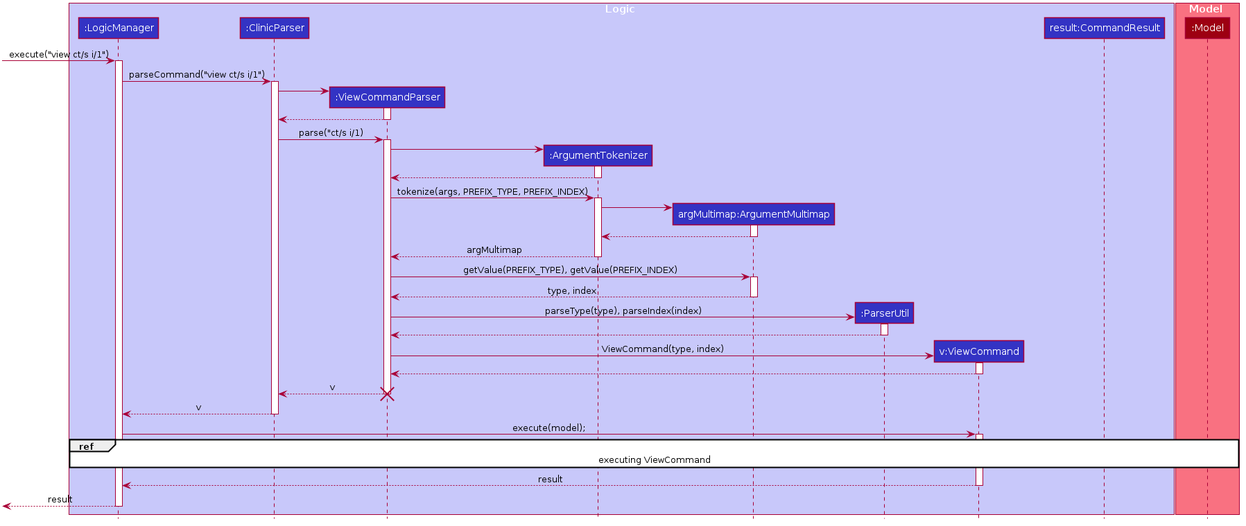
Earlier version of the PlantUML export docs/images/ViewCommandSequenceDiagram.png (tohyuting/tp).
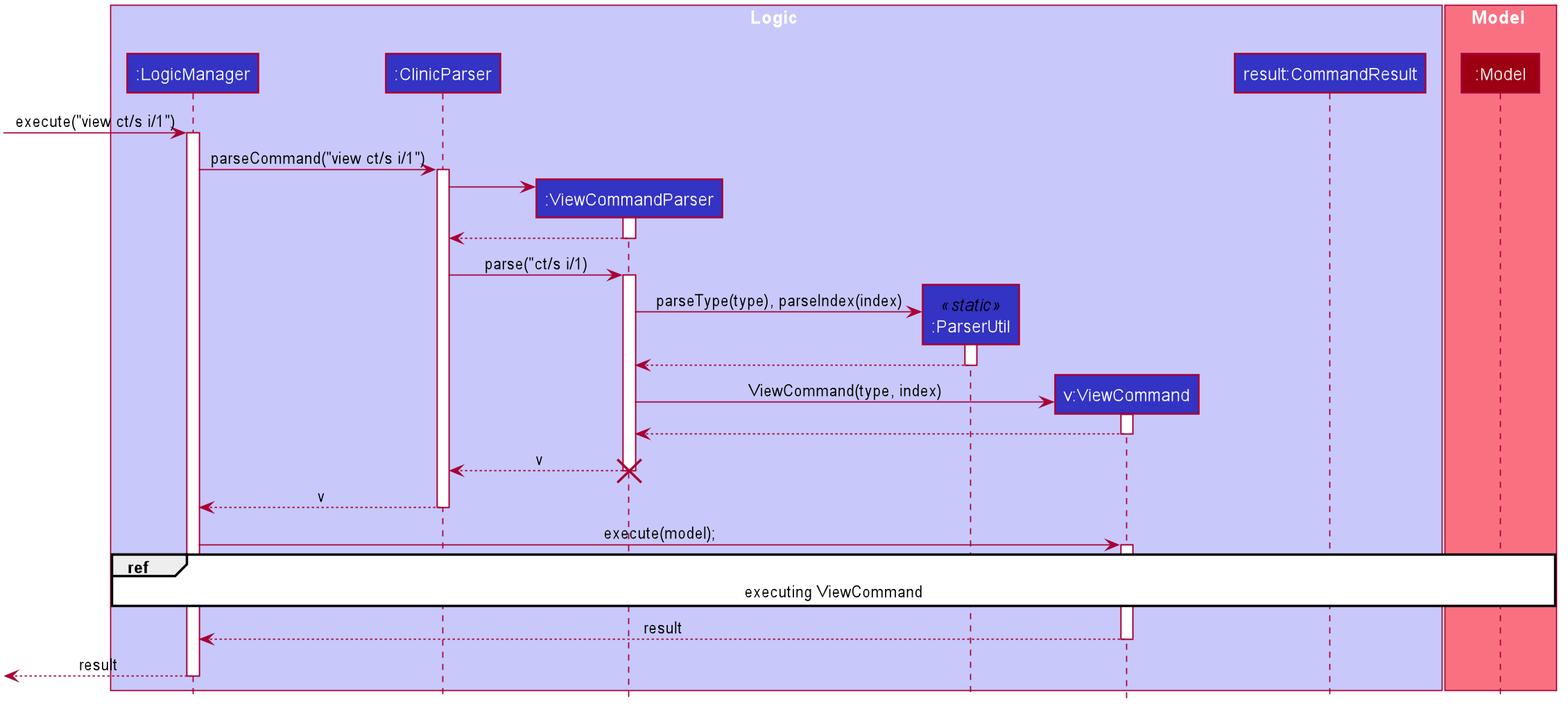
After the commit.

Diff of the diagram source:
```diff
@@ -52,9 +52,7 @@
 participant ":LogicManager" as LogicManager #3333C4
 participant ":ClinicParser" as ClinicParser #3333C4
 participant ":ViewCommandParser" as ViewCommandParser #3333C4
-participant ":ArgumentTokenizer" as ArgumentTokenizer #3333C4
-participant "argMultimap:ArgumentMultimap" as ArgumentMultimap #3333C4
-participant ":ParserUtil" as ParserUtil #3333C4
+participant ":ParserUtil" as ParserUtil <<static>> #3333C4
 participant "v:ViewCommand" as ViewCommand #3333C4
 participant "result:CommandResult" as CommandResult #3333C4
 end box
@@ -76,28 +74,6 @@
 
 ClinicParser -> ViewCommandParser : parse("ct/s i/1)
 activate ViewCommandParser
-
-create ArgumentTokenizer
-ViewCommandParser -> ArgumentTokenizer
-activate ArgumentTokenizer
-ArgumentTokenizer --> ViewCommandParser
-deactivate
-
-
-ViewCommandParser -> ArgumentTokenizer : tokenize(args, PREFIX_TYPE, PREFIX_INDEX)
-activate ArgumentTokenizer
-create ArgumentMultimap
-ArgumentTokenizer -> ArgumentMultimap
-activate ArgumentMultimap
-ArgumentMultimap --> ArgumentTokenizer
-deactivate
-ArgumentTokenizer --> ViewCommandParser : argMultimap
-deactivate ArgumentTokenizer
-
-ViewCommandParser -> ArgumentMultimap : getValue(PREFIX_TYPE), getValue(PREFIX_INDEX)
-activate ArgumentMultimap
-ArgumentMultimap --> ViewCommandParser : type, index
-deactivate ArgumentMultimap
 
 create ParserUtil
 ViewCommandParser -> ParserUtil : parseType(type), parseIndex(index)
```
